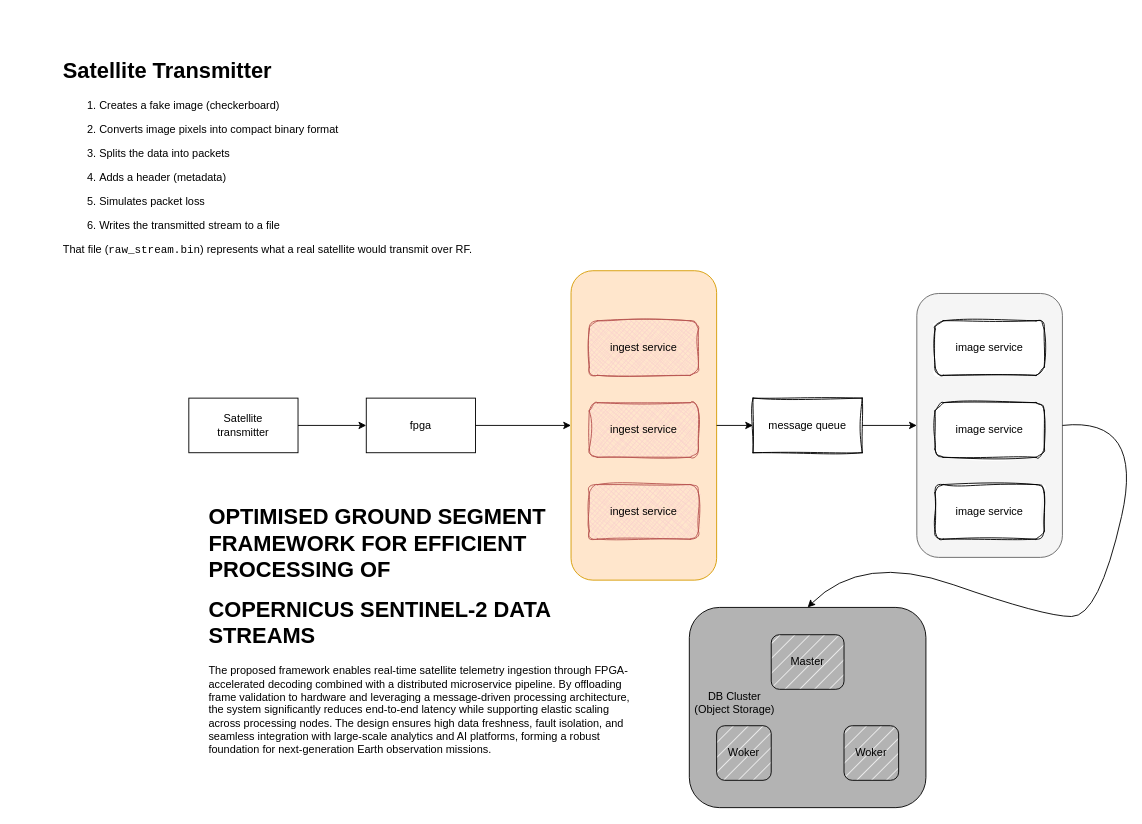
brilliantnarlo/system-design keeps this draw.io diagram as SA1.drawio. Above is the earlier version. Source tidied: cells renumbered, new cells numbered last; positions are measured from the earlier drawing's top-left corner, leaving out a move shared by most shapes. Both pictures are drawn from the tidied source at 91%, with x=0, y=0 at pixel (61, 52).
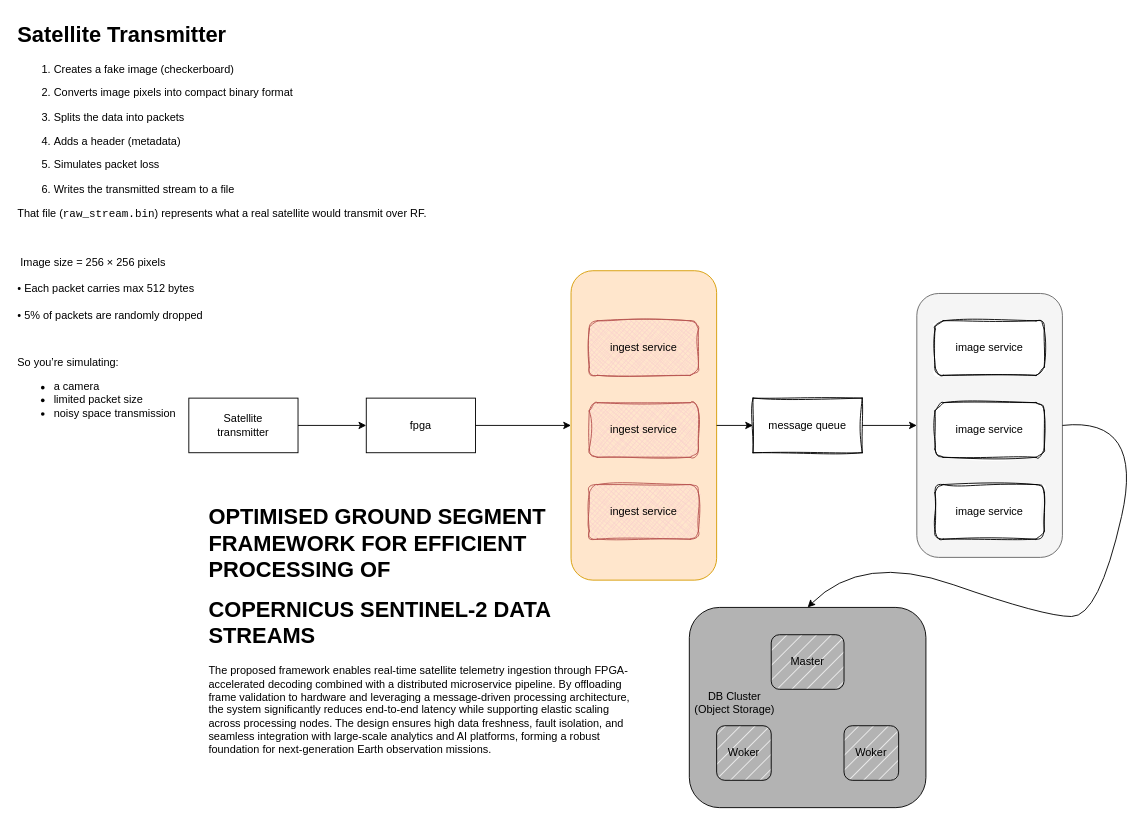
Above is the later version.

Change to the diagram source:
```diff
@@
-    <mxCell id="24" value="&lt;h1 style=&quot;margin-top: 0px;&quot;&gt;Satellite Transmitter&lt;/h1&gt;&lt;ol&gt;&lt;li&gt;&lt;p&gt;Creates a fake image (checkerboard)&lt;/p&gt;&lt;/li&gt;&lt;li&gt;&lt;p&gt;Converts image pixels into compact binary format&lt;/p&gt;&lt;/li&gt;&lt;li&gt;&lt;p&gt;Splits the data into packets&lt;/p&gt;&lt;/li&gt;&lt;li&gt;&lt;p&gt;Adds a header (metadata)&lt;/p&gt;&lt;/li&gt;&lt;li&gt;&lt;p&gt;Simulates packet loss&lt;/p&gt;&lt;/li&gt;&lt;li&gt;&lt;p&gt;&lt;span style=&quot;background-color: transparent; color: light-dark(rgb(0, 0, 0), rgb(255, 255, 255));&quot;&gt;Writes the transmitted stream to a file&lt;/span&gt;&lt;/p&gt;&lt;/li&gt;&lt;/ol&gt;&lt;p&gt;That file (&lt;code&gt;raw_stream.bin&lt;/code&gt;) represents what a real satellite would transmit over RF.&lt;/p&gt;" style="text;html=1;whiteSpace=wrap;overflow=hidden;rounded=0;" parent="1" vertex="1">
-      <mxGeometry width="470" height="290" as="geometry" />
+    <mxCell id="24" value="&lt;h1 style=&quot;margin-top: 0px;&quot;&gt;Satellite Transmitter&lt;/h1&gt;&lt;ol&gt;&lt;li&gt;&lt;p&gt;Creates a fake image (checkerboard)&lt;/p&gt;&lt;/li&gt;&lt;li&gt;&lt;p&gt;Converts image pixels into compact binary format&lt;/p&gt;&lt;/li&gt;&lt;li&gt;&lt;p&gt;Splits the data into packets&lt;/p&gt;&lt;/li&gt;&lt;li&gt;&lt;p&gt;Adds a header (metadata)&lt;/p&gt;&lt;/li&gt;&lt;li&gt;&lt;p&gt;Simulates packet loss&lt;/p&gt;&lt;/li&gt;&lt;li&gt;&lt;p&gt;&lt;span style=&quot;background-color: transparent; color: light-dark(rgb(0, 0, 0), rgb(255, 255, 255));&quot;&gt;Writes the transmitted stream to a file&lt;/span&gt;&lt;/p&gt;&lt;/li&gt;&lt;/ol&gt;&lt;p&gt;That file (&lt;code&gt;raw_stream.bin&lt;/code&gt;) represents what a real satellite would transmit over RF.&lt;/p&gt;&lt;p&gt;&lt;br&gt;&lt;/p&gt;&lt;p&gt;&amp;nbsp;Image size = 256 × 256 pixels&lt;br&gt;&lt;br&gt;• Each packet carries max 512 bytes&lt;br&gt;&lt;br&gt;• 5% of packets are randomly dropped&lt;/p&gt;&lt;p&gt;&lt;br&gt;&lt;/p&gt;&lt;p&gt;So you’re simulating:&lt;/p&gt;&lt;ul&gt;&lt;li&gt;&lt;span style=&quot;background-color: transparent; color: light-dark(rgb(0, 0, 0), rgb(255, 255, 255));&quot;&gt;a camera&lt;/span&gt;&lt;/li&gt;&lt;li&gt;&lt;span style=&quot;background-color: transparent; color: light-dark(rgb(0, 0, 0), rgb(255, 255, 255));&quot;&gt;limited packet size&lt;/span&gt;&lt;/li&gt;&lt;li&gt;&lt;span style=&quot;background-color: transparent; color: light-dark(rgb(0, 0, 0), rgb(255, 255, 255));&quot;&gt;noisy space transmission&lt;/span&gt;&lt;/li&gt;&lt;br&gt;&lt;/ul&gt;" style="text;html=1;whiteSpace=wrap;overflow=hidden;rounded=0;fillColor=none;strokeColor=none;" parent="1" vertex="1">
+      <mxGeometry x="-50" y="-40" width="470" height="470" as="geometry" />
     </mxCell>
```
